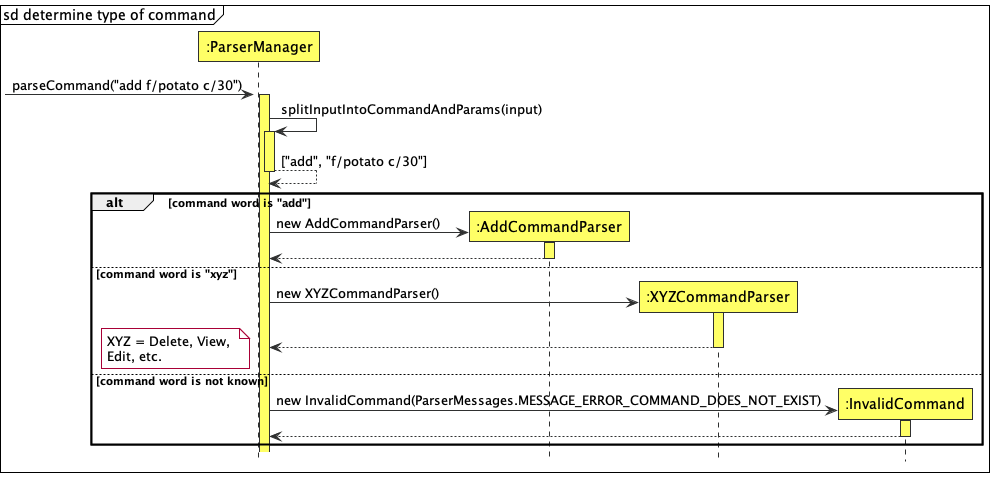
Earlier version of the PlantUML export docs/images/ParseCommandRefFrame.png (tryyang2001/tp).
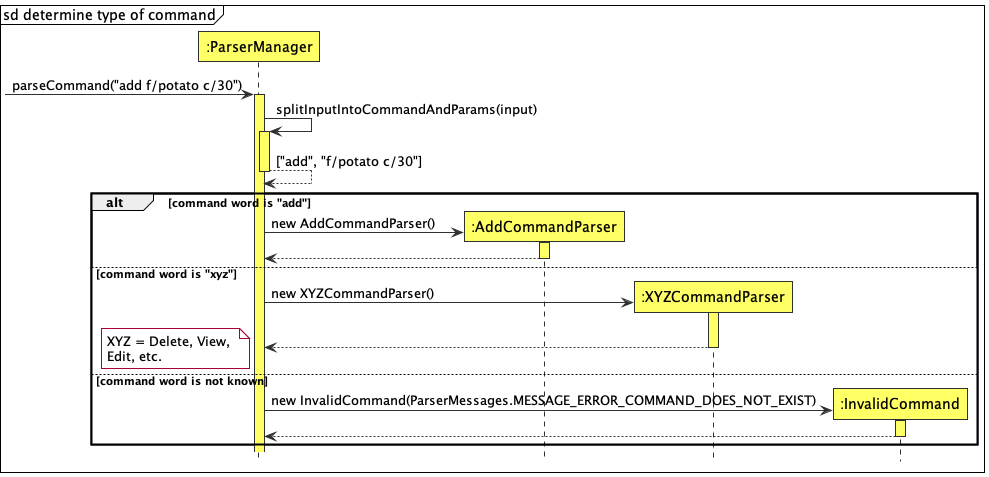
Above is the later version.

Commit message:
Change diagrams colour

The edit, as a diff of the source:
```diff
@@ -8,8 +8,6 @@
 participant ":XYZCommandParser" AS XYZCommandParser LOGIC_COLOUR
 -> ParserManager : parseCommand("add f/potato c/30")
 participant ":InvalidCommand" AS InvalidCommand LOGIC_COLOUR
-activate ParserManager LOGIC_COLOUR
-
 
 activate ParserManager LOGIC_COLOUR
 
```
